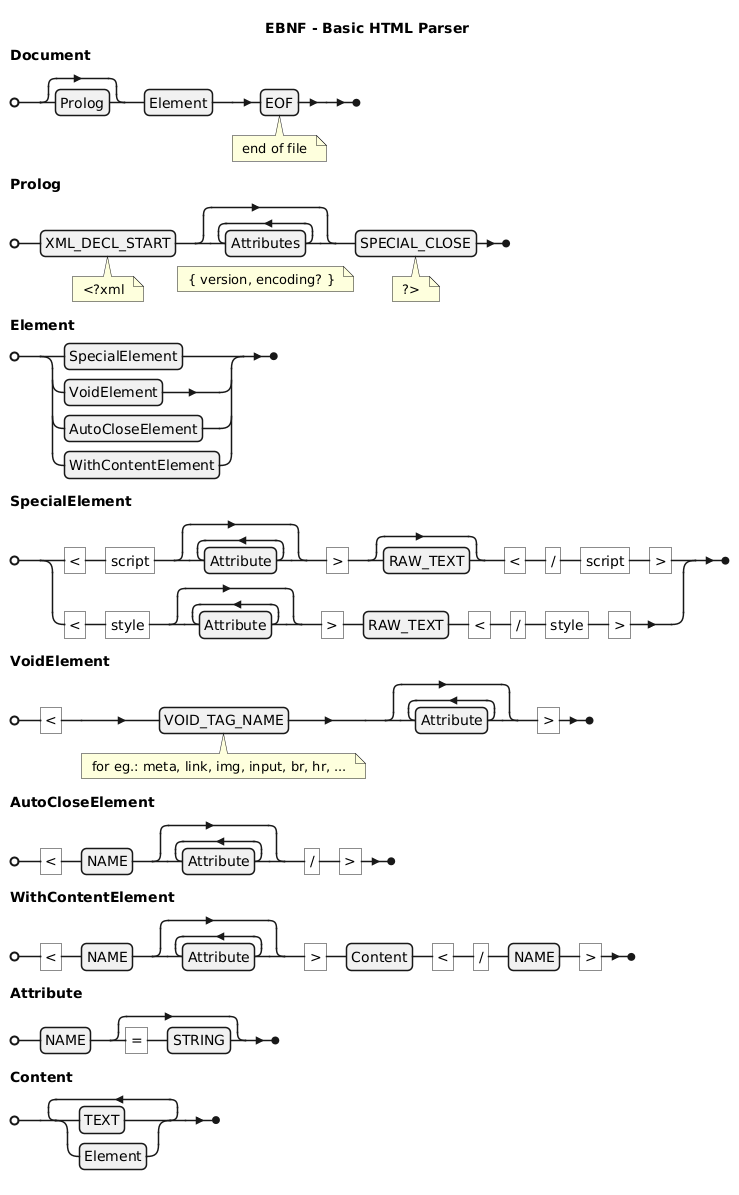
Above: implementations/ts-parser-xml/assets/images/parser-html.png in erkobridee/ds-ast (PlantUML), before the change.
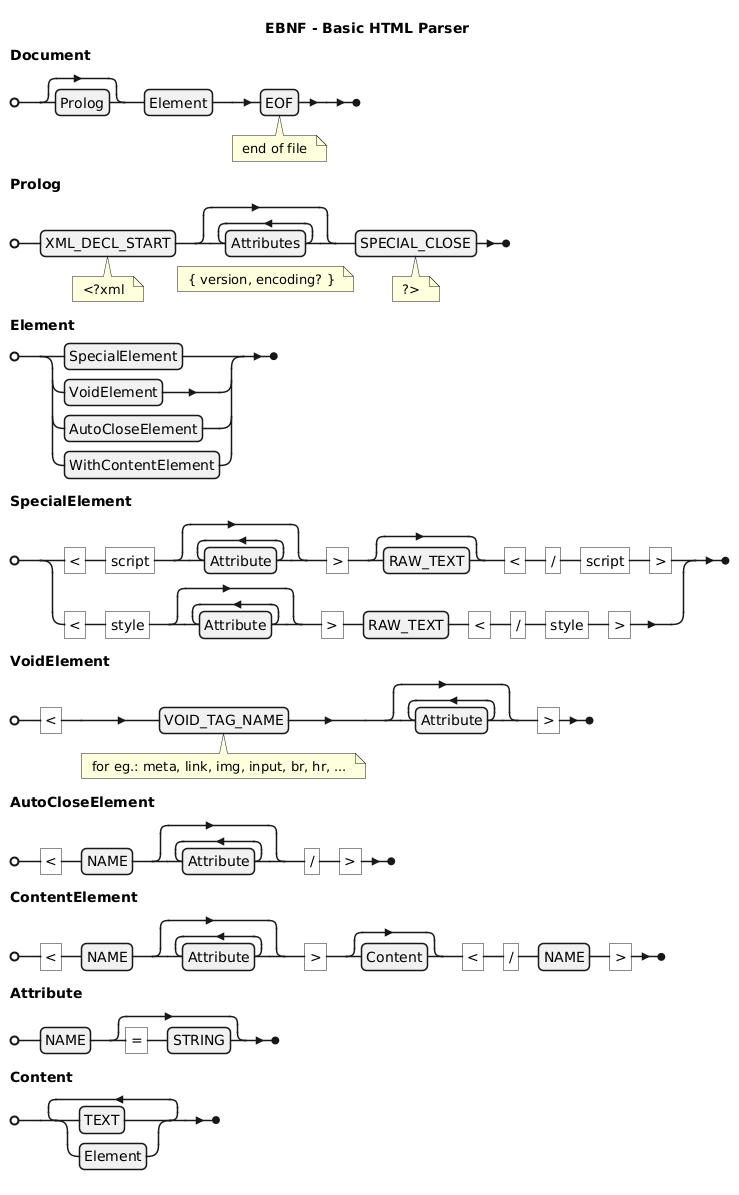
Later version of the same file.

The edit, as a diff of the source:
```diff
@@ -26,8 +26,8 @@
   )
   ;
 
-WithContentElement = (
-    "<" , NAME , { Attribute } , ">" , Content , "<" , "/" , NAME , ">"
+ContentElement = (
+    "<" , NAME , { Attribute } , ">" , [ Content ] , "<" , "/" , NAME , ">"
   )
   ;
 
```
